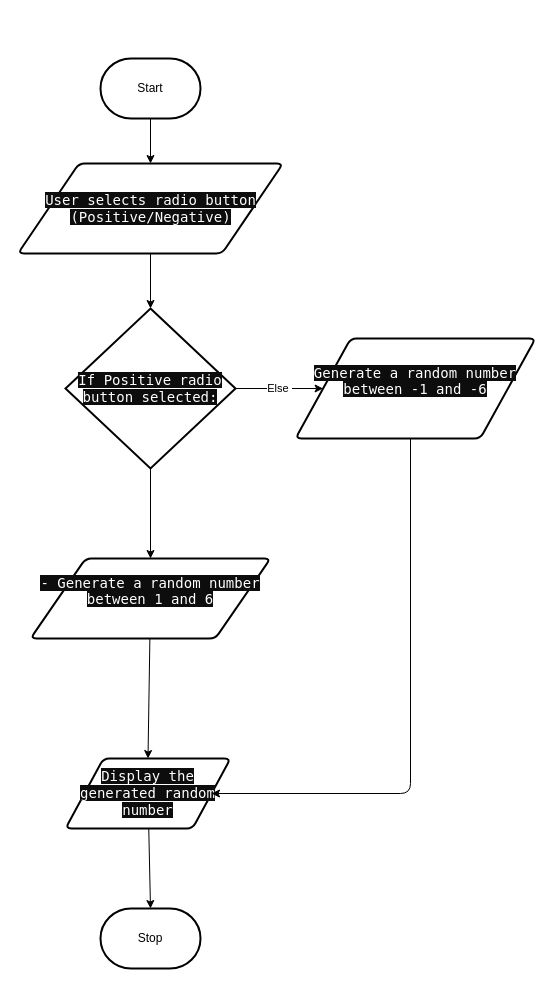
This is design/flowchart.drawio from MTHS-ICD2O-1-2023/ICD2O-Unit-5-02-tymofii-stepanov, a draw.io file, before an edit. Source tidied: cells renumbered, new cells numbered last; positions are measured from the earlier drawing's top-left corner, leaving out a move shared by most shapes. Both pictures are drawn from the tidied source at 100%, with x=0, y=0 at pixel (18, 58).
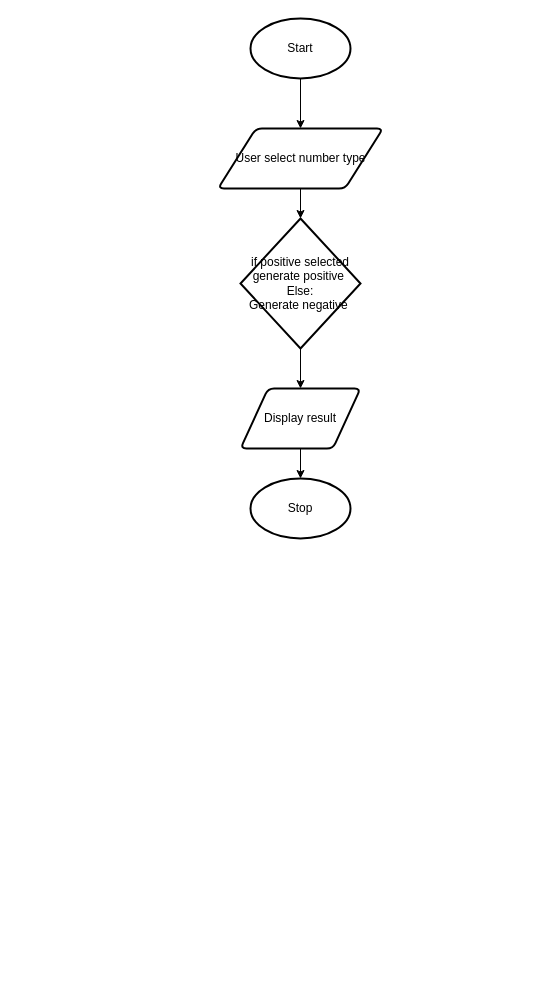
The same diagram, later.

The edit, as a diff of the source:
```diff
@@
 <mxGraphModel>
   <root>
     <mxCell id="0" />
     <mxCell id="1" parent="0" />
+    <mxCell id="6" style="edgeStyle=none;html=1;" parent="1" edge="1" source="3" target="4">
+      <mxGeometry relative="1" as="geometry" />
+    </mxCell>
+    <mxCell id="3" value="Start" style="strokeWidth=2;html=1;shape=mxgraph.flowchart.start_1;whiteSpace=wrap;" parent="1" vertex="1">
+      <mxGeometry x="232" y="-40" width="100" height="60" as="geometry" />
+    </mxCell>
+    <mxCell id="16" style="edgeStyle=none;html=1;" parent="1" edge="1" source="4" target="2">
+      <mxGeometry relative="1" as="geometry" />
+    </mxCell>
+    <mxCell id="4" value="User select number type" style="shape=parallelogram;html=1;strokeWidth=2;perimeter=parallelogramPerimeter;whiteSpace=wrap;rounded=1;arcSize=12;size=0.23;" parent="1" vertex="1">
+      <mxGeometry x="199.5" y="70" width="165" height="60" as="geometry" />
+    </mxCell>
+    <mxCell id="17" style="edgeStyle=none;html=1;" parent="1" edge="1" source="2" target="18">
+      <mxGeometry relative="1" as="geometry" />
+    </mxCell>
-    <mxCell id="2" style="edgeStyle=none;html=1;" parent="1" edge="1" source="3" target="6">
-      <mxGeometry relative="1" as="geometry" />
+    <mxCell id="2" value="if positive selected generate positive&amp;nbsp;&lt;br&gt;Else:&lt;br&gt;Generate negative&amp;nbsp;" style="strokeWidth=2;html=1;shape=mxgraph.flowchart.decision;whiteSpace=wrap;" parent="1" vertex="1">
+      <mxGeometry x="222" y="160" width="120" height="130" as="geometry" />
     </mxCell>
-    <mxCell id="3" value="Start" style="strokeWidth=2;html=1;shape=mxgraph.flowchart.terminator;whiteSpace=wrap;" parent="1" vertex="1">
-      <mxGeometry x="82" width="100" height="60" as="geometry" />
-    </mxCell>
-    <mxCell id="4" value="Stop" style="strokeWidth=2;html=1;shape=mxgraph.flowchart.terminator;whiteSpace=wrap;" parent="1" vertex="1">
-      <mxGeometry x="82" y="850" width="100" height="60" as="geometry" />
-    </mxCell>
-    <mxCell id="5" style="edgeStyle=none;html=1;entryX=0.5;entryY=0;entryDx=0;entryDy=0;entryPerimeter=0;" parent="1" edge="1" source="6" target="11">
-      <mxGeometry relative="1" as="geometry" />
-    </mxCell>
-    <mxCell id="6" value="&lt;span style=&quot;color: rgb(255, 255, 255); font-family: &amp;quot;Söhne Mono&amp;quot;, Monaco, &amp;quot;Andale Mono&amp;quot;, &amp;quot;Ubuntu Mono&amp;quot;, monospace; font-size: 14px; text-align: left; background-color: rgb(13, 13, 13);&quot;&gt;User selects radio button (Positive/Negative)&lt;/span&gt;" style="shape=parallelogram;html=1;strokeWidth=2;perimeter=parallelogramPerimeter;whiteSpace=wrap;rounded=1;arcSize=12;size=0.23;" parent="1" vertex="1">
-      <mxGeometry x="-0.5" y="105" width="265" height="90" as="geometry" />
-    </mxCell>
-    <mxCell id="7" style="html=1;entryX=0.5;entryY=0;entryDx=0;entryDy=0;entryPerimeter=0;" parent="1" edge="1" source="8" target="4">
-      <mxGeometry relative="1" as="geometry" />
-    </mxCell>
-    <mxCell id="8" value="&lt;span style=&quot;color: rgb(255, 255, 255); font-family: &amp;quot;Söhne Mono&amp;quot;, Monaco, &amp;quot;Andale Mono&amp;quot;, &amp;quot;Ubuntu Mono&amp;quot;, monospace; font-size: 14px; text-align: left; background-color: rgb(13, 13, 13);&quot;&gt;Display the generated random number   &lt;/span&gt;" style="shape=parallelogram;html=1;strokeWidth=2;perimeter=parallelogramPerimeter;whiteSpace=wrap;rounded=1;arcSize=12;size=0.23;" parent="1" vertex="1">
-      <mxGeometry x="47" y="700" width="165" height="70" as="geometry" />
+    <mxCell id="8" style="edgeStyle=none;html=1;" parent="1" edge="1" source="18" target="19">
+      <mxGeometry relative="1" as="geometry" />
     </mxCell>
-    <mxCell id="9" style="edgeStyle=none;html=1;entryX=0.5;entryY=0;entryDx=0;entryDy=0;" parent="1" edge="1" source="11" target="13">
-      <mxGeometry relative="1" as="geometry" />
-    </mxCell>
-    <mxCell id="10" value="Else&amp;nbsp;" style="edgeStyle=none;html=1;entryX=0;entryY=0.5;entryDx=0;entryDy=0;" parent="1" edge="1" source="11" target="15">
-      <mxGeometry relative="1" as="geometry" />
-    </mxCell>
-    <mxCell id="11" value="&lt;span style=&quot;color: rgb(255, 255, 255); font-family: &amp;quot;Söhne Mono&amp;quot;, Monaco, &amp;quot;Andale Mono&amp;quot;, &amp;quot;Ubuntu Mono&amp;quot;, monospace; font-size: 14px; text-align: left; background-color: rgb(13, 13, 13);&quot;&gt;If Positive radio button selected:     &lt;/span&gt;" style="strokeWidth=2;html=1;shape=mxgraph.flowchart.decision;whiteSpace=wrap;" parent="1" vertex="1">
-      <mxGeometry x="47" y="250" width="170" height="160" as="geometry" />
-    </mxCell>
-    <mxCell id="12" style="edgeStyle=none;html=1;entryX=0.5;entryY=0;entryDx=0;entryDy=0;" parent="1" edge="1" source="13" target="8">
-      <mxGeometry relative="1" as="geometry" />
-    </mxCell>
-    <mxCell id="13" value="&#10;&lt;span style=&quot;color: rgb(255, 255, 255); font-family: &amp;quot;Söhne Mono&amp;quot;, Monaco, &amp;quot;Andale Mono&amp;quot;, &amp;quot;Ubuntu Mono&amp;quot;, monospace; font-size: 14px; font-style: normal; font-variant-ligatures: normal; font-variant-caps: normal; font-weight: 400; letter-spacing: normal; orphans: 2; text-align: left; text-indent: 0px; text-transform: none; widows: 2; word-spacing: 0px; -webkit-text-stroke-width: 0px; background-color: rgb(13, 13, 13); text-decoration-thickness: initial; text-decoration-style: initial; text-decoration-color: initial; float: none; display: inline !important;&quot;&gt;- Generate a random number between 1 and 6&lt;/span&gt;&#10;&#10;" style="shape=parallelogram;html=1;strokeWidth=2;perimeter=parallelogramPerimeter;whiteSpace=wrap;rounded=1;arcSize=12;size=0.23;" parent="1" vertex="1">
-      <mxGeometry x="12" y="500" width="240" height="80" as="geometry" />
-    </mxCell>
-    <mxCell id="14" style="edgeStyle=orthogonalEdgeStyle;html=1;entryX=1;entryY=0.5;entryDx=0;entryDy=0;" parent="1" edge="1" source="15" target="8">
-      <mxGeometry relative="1" as="geometry">
-        <Array as="points">
-          <mxPoint x="392" y="735" />
-        </Array>
-      </mxGeometry>
-    </mxCell>
-    <mxCell id="15" value="&#10;&lt;span style=&quot;color: rgb(255, 255, 255); font-family: &amp;quot;Söhne Mono&amp;quot;, Monaco, &amp;quot;Andale Mono&amp;quot;, &amp;quot;Ubuntu Mono&amp;quot;, monospace; font-size: 14px; font-style: normal; font-variant-ligatures: normal; font-variant-caps: normal; font-weight: 400; letter-spacing: normal; orphans: 2; text-align: left; text-indent: 0px; text-transform: none; widows: 2; word-spacing: 0px; -webkit-text-stroke-width: 0px; background-color: rgb(13, 13, 13); text-decoration-thickness: initial; text-decoration-style: initial; text-decoration-color: initial; float: none; display: inline !important;&quot;&gt; Generate a random number between -1 and -6&lt;/span&gt;&#10;&#10;" style="shape=parallelogram;html=1;strokeWidth=2;perimeter=parallelogramPerimeter;whiteSpace=wrap;rounded=1;arcSize=12;size=0.23;" parent="1" vertex="1">
-      <mxGeometry x="277" y="280" width="240" height="100" as="geometry" />
-    </mxCell>
+    <mxCell id="18" value="Display result" style="shape=parallelogram;html=1;strokeWidth=2;perimeter=parallelogramPerimeter;whiteSpace=wrap;rounded=1;arcSize=12;size=0.23;" parent="1" vertex="1">
+      <mxGeometry x="222" y="330" width="120" height="60" as="geometry" />
+    </mxCell>
+    <mxCell id="19" value="Stop" style="strokeWidth=2;html=1;shape=mxgraph.flowchart.start_1;whiteSpace=wrap;" parent="1" vertex="1">
+      <mxGeometry x="232" y="420" width="100" height="60" as="geometry" />
+    </mxCell>
   </root>
 </mxGraphModel>
```
